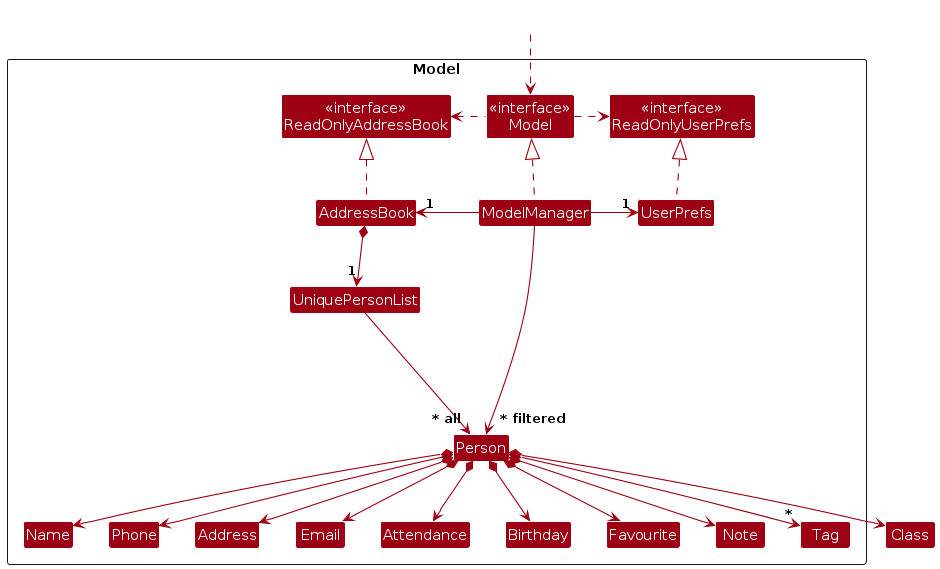
The PlantUML diagram diagrams/ModelClassDiagram.png in AY2526S1-CS2103T-F14B-1/tp, before a commit. Its source is kept beside it as diagrams/ModelClassDiagram.puml.
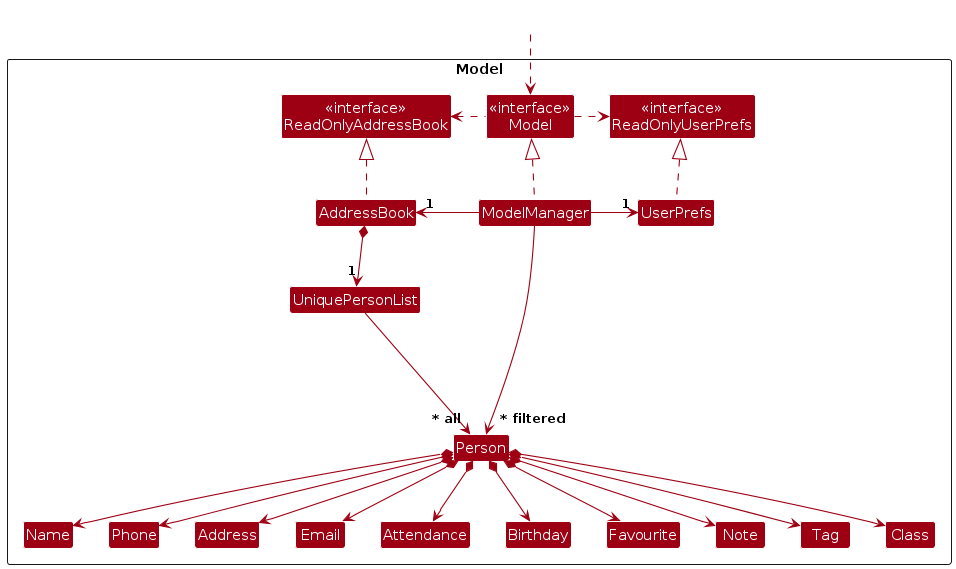
The same file after the commit.

What changed in the source:
```diff
@@ -23,6 +23,7 @@
 Class Note
 Class Phone
 Class Tag
+Class Class
 
 Class I #FFFFFF
 }
@@ -50,7 +51,7 @@
 Person *--> Class
 Person *--> Favourite
 Person *--> Note
-Person *--> "*" Tag
+Person *--> Tag
 
 Person -[hidden]up--> I
 UniquePersonList -[hidden]right-> I
```
